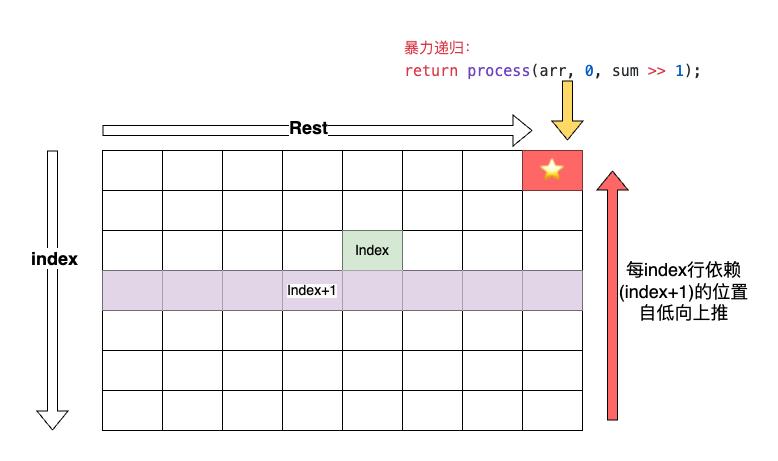
This is public/images/ds/dp/dp-split-sum-closed.drawio.png from ZhengKe996/Blog, a draw.io export, as it was before one commit. Source tidied: cells renumbered, new cells last; positions are measured from the earlier drawing's top-left corner, leaving out a move shared by most shapes. Source of this version:
```xml
<mxGraphModel>
  <root>
    <mxCell id="0" />
    <mxCell id="1" parent="0" />
    <mxCell id="2" style="shape=table;startSize=0;" parent="1" vertex="1">
      <mxGeometry x="50" y="120" width="480" height="280" as="geometry" />
    </mxCell>
    <mxCell id="3" style="shape=tableRow;horizontal=0;startSize=0;swimlaneHead=0;swimlaneBody=0;strokeColor=inherit;top=0;left=0;bottom=0;right=0;fillColor=none;" parent="2" vertex="1">
      <mxGeometry width="480" height="40" as="geometry" />
    </mxCell>
    <mxCell id="4" style="shape=partialRectangle;html=1;whiteSpace=wrap;strokeColor=inherit;overflow=hidden;fillColor=none;top=0;left=0;bottom=0;right=0;" parent="3" vertex="1">
      <mxGeometry width="60" height="40" as="geometry" />
    </mxCell>
    <mxCell id="5" style="shape=partialRectangle;html=1;whiteSpace=wrap;strokeColor=inherit;overflow=hidden;fillColor=none;top=0;left=0;bottom=0;right=0;" parent="3" vertex="1">
      <mxGeometry x="60" width="60" height="40" as="geometry" />
    </mxCell>
    <mxCell id="6" style="shape=partialRectangle;html=1;whiteSpace=wrap;strokeColor=inherit;overflow=hidden;fillColor=none;top=0;left=0;bottom=0;right=0;" parent="3" vertex="1">
      <mxGeometry x="120" width="60" height="40" as="geometry" />
    </mxCell>
    <mxCell id="7" style="shape=partialRectangle;html=1;whiteSpace=wrap;strokeColor=inherit;overflow=hidden;fillColor=none;top=0;left=0;bottom=0;right=0;" parent="3" vertex="1">
      <mxGeometry x="180" width="60" height="40" as="geometry" />
    </mxCell>
    <mxCell id="8" style="shape=partialRectangle;html=1;whiteSpace=wrap;strokeColor=inherit;overflow=hidden;fillColor=none;top=0;left=0;bottom=0;right=0;" parent="3" vertex="1">
      <mxGeometry x="240" width="60" height="40" as="geometry" />
    </mxCell>
    <mxCell id="9" style="shape=partialRectangle;html=1;whiteSpace=wrap;strokeColor=inherit;overflow=hidden;fillColor=none;top=0;left=0;bottom=0;right=0;" parent="3" vertex="1">
      <mxGeometry x="300" width="60" height="40" as="geometry" />
    </mxCell>
    <mxCell id="10" style="shape=partialRectangle;html=1;whiteSpace=wrap;strokeColor=inherit;overflow=hidden;fillColor=none;top=0;left=0;bottom=0;right=0;" parent="3" vertex="1">
      <mxGeometry x="360" width="60" height="40" as="geometry" />
    </mxCell>
    <mxCell id="11" value="&lt;font style=&quot;font-size: 24px;&quot;&gt;⭐️&lt;/font&gt;" style="shape=partialRectangle;html=1;whiteSpace=wrap;strokeColor=inherit;overflow=hidden;fillColor=#FF6666;top=0;left=0;bottom=0;right=0;" parent="3" vertex="1">
      <mxGeometry x="420" width="60" height="40" as="geometry" />
    </mxCell>
    <mxCell id="12" style="shape=tableRow;horizontal=0;startSize=0;swimlaneHead=0;swimlaneBody=0;strokeColor=inherit;top=0;left=0;bottom=0;right=0;fillColor=none;" parent="2" vertex="1">
      <mxGeometry y="40" width="480" height="40" as="geometry" />
    </mxCell>
    <mxCell id="13" style="shape=partialRectangle;html=1;whiteSpace=wrap;strokeColor=inherit;overflow=hidden;fillColor=none;top=0;left=0;bottom=0;right=0;" parent="12" vertex="1">
      <mxGeometry width="60" height="40" as="geometry" />
    </mxCell>
    <mxCell id="14" style="shape=partialRectangle;html=1;whiteSpace=wrap;strokeColor=inherit;overflow=hidden;fillColor=none;top=0;left=0;bottom=0;right=0;" parent="12" vertex="1">
      <mxGeometry x="60" width="60" height="40" as="geometry" />
    </mxCell>
    <mxCell id="15" style="shape=partialRectangle;html=1;whiteSpace=wrap;strokeColor=inherit;overflow=hidden;fillColor=none;top=0;left=0;bottom=0;right=0;" parent="12" vertex="1">
      <mxGeometry x="120" width="60" height="40" as="geometry" />
    </mxCell>
    <mxCell id="16" style="shape=partialRectangle;html=1;whiteSpace=wrap;strokeColor=inherit;overflow=hidden;fillColor=none;top=0;left=0;bottom=0;right=0;" parent="12" vertex="1">
      <mxGeometry x="180" width="60" height="40" as="geometry" />
    </mxCell>
    <mxCell id="17" style="shape=partialRectangle;html=1;whiteSpace=wrap;strokeColor=inherit;overflow=hidden;fillColor=none;top=0;left=0;bottom=0;right=0;" parent="12" vertex="1">
      <mxGeometry x="240" width="60" height="40" as="geometry" />
    </mxCell>
    <mxCell id="18" style="shape=partialRectangle;html=1;whiteSpace=wrap;strokeColor=inherit;overflow=hidden;fillColor=none;top=0;left=0;bottom=0;right=0;" parent="12" vertex="1">
      <mxGeometry x="300" width="60" height="40" as="geometry" />
    </mxCell>
    <mxCell id="19" style="shape=partialRectangle;html=1;whiteSpace=wrap;strokeColor=inherit;overflow=hidden;fillColor=none;top=0;left=0;bottom=0;right=0;" parent="12" vertex="1">
      <mxGeometry x="360" width="60" height="40" as="geometry" />
    </mxCell>
    <mxCell id="20" style="shape=partialRectangle;html=1;whiteSpace=wrap;strokeColor=inherit;overflow=hidden;fillColor=none;top=0;left=0;bottom=0;right=0;" parent="12" vertex="1">
      <mxGeometry x="420" width="60" height="40" as="geometry" />
    </mxCell>
    <mxCell id="21" style="shape=tableRow;horizontal=0;startSize=0;swimlaneHead=0;swimlaneBody=0;strokeColor=inherit;top=0;left=0;bottom=0;right=0;fillColor=none;" parent="2" vertex="1">
      <mxGeometry y="80" width="480" height="40" as="geometry" />
    </mxCell>
    <mxCell id="22" style="shape=partialRectangle;html=1;whiteSpace=wrap;strokeColor=inherit;overflow=hidden;fillColor=none;top=0;left=0;bottom=0;right=0;" parent="21" vertex="1">
      <mxGeometry width="60" height="40" as="geometry" />
    </mxCell>
    <mxCell id="23" style="shape=partialRectangle;html=1;whiteSpace=wrap;strokeColor=inherit;overflow=hidden;fillColor=none;top=0;left=0;bottom=0;right=0;" parent="21" vertex="1">
      <mxGeometry x="60" width="60" height="40" as="geometry" />
    </mxCell>
    <mxCell id="24" style="shape=partialRectangle;html=1;whiteSpace=wrap;strokeColor=inherit;overflow=hidden;fillColor=none;top=0;left=0;bottom=0;right=0;" parent="21" vertex="1">
      <mxGeometry x="120" width="60" height="40" as="geometry" />
    </mxCell>
    <mxCell id="25" style="shape=partialRectangle;html=1;whiteSpace=wrap;strokeColor=inherit;overflow=hidden;fillColor=none;top=0;left=0;bottom=0;right=0;" parent="21" vertex="1">
      <mxGeometry x="180" width="60" height="40" as="geometry" />
    </mxCell>
    <mxCell id="26" value="&lt;font style=&quot;font-size: 14px;&quot;&gt;Index&lt;/font&gt;" style="shape=partialRectangle;html=1;whiteSpace=wrap;strokeColor=inherit;overflow=hidden;fillColor=#D5E8D4;top=0;left=0;bottom=0;right=0;" parent="21" vertex="1">
      <mxGeometry x="240" width="60" height="40" as="geometry" />
    </mxCell>
    <mxCell id="27" style="shape=partialRectangle;html=1;whiteSpace=wrap;strokeColor=inherit;overflow=hidden;fillColor=none;top=0;left=0;bottom=0;right=0;" parent="21" vertex="1">
      <mxGeometry x="300" width="60" height="40" as="geometry" />
    </mxCell>
    <mxCell id="28" style="shape=partialRectangle;html=1;whiteSpace=wrap;strokeColor=inherit;overflow=hidden;fillColor=none;top=0;left=0;bottom=0;right=0;" parent="21" vertex="1">
      <mxGeometry x="360" width="60" height="40" as="geometry" />
    </mxCell>
    <mxCell id="29" style="shape=partialRectangle;html=1;whiteSpace=wrap;strokeColor=inherit;overflow=hidden;fillColor=none;top=0;left=0;bottom=0;right=0;" parent="21" vertex="1">
      <mxGeometry x="420" width="60" height="40" as="geometry" />
    </mxCell>
    <mxCell id="30" style="shape=tableRow;horizontal=0;startSize=0;swimlaneHead=0;swimlaneBody=0;strokeColor=inherit;top=0;left=0;bottom=0;right=0;fillColor=none;" parent="2" vertex="1">
      <mxGeometry y="120" width="480" height="40" as="geometry" />
    </mxCell>
    <mxCell id="31" style="shape=partialRectangle;html=1;whiteSpace=wrap;strokeColor=inherit;overflow=hidden;fillColor=#E1D5E7;top=0;left=0;bottom=0;right=0;" parent="30" vertex="1">
      <mxGeometry width="60" height="40" as="geometry" />
    </mxCell>
    <mxCell id="32" style="shape=partialRectangle;html=1;whiteSpace=wrap;strokeColor=inherit;overflow=hidden;fillColor=#E1D5E7;top=0;left=0;bottom=0;right=0;" parent="30" vertex="1">
      <mxGeometry x="60" width="60" height="40" as="geometry" />
    </mxCell>
    <mxCell id="33" style="shape=partialRectangle;html=1;whiteSpace=wrap;strokeColor=inherit;overflow=hidden;fillColor=#E1D5E7;top=0;left=0;bottom=0;right=0;" parent="30" vertex="1">
      <mxGeometry x="120" width="60" height="40" as="geometry" />
    </mxCell>
    <mxCell id="34" value="&lt;span style=&quot;color: rgb(0, 0, 0); font-family: Helvetica; font-style: normal; font-variant-ligatures: normal; font-variant-caps: normal; font-weight: 400; letter-spacing: normal; orphans: 2; text-align: center; text-indent: 0px; text-transform: none; widows: 2; word-spacing: 0px; -webkit-text-stroke-width: 0px; background-color: rgb(251, 251, 251); text-decoration-thickness: initial; text-decoration-style: initial; text-decoration-color: initial; float: none; display: inline !important;&quot;&gt;&lt;font style=&quot;font-size: 14px;&quot;&gt;Index+1&lt;/font&gt;&lt;/span&gt;" style="shape=partialRectangle;html=1;whiteSpace=wrap;strokeColor=inherit;overflow=hidden;fillColor=#E1D5E7;top=0;left=0;bottom=0;right=0;" parent="30" vertex="1">
      <mxGeometry x="180" width="60" height="40" as="geometry" />
    </mxCell>
    <mxCell id="35" style="shape=partialRectangle;html=1;whiteSpace=wrap;strokeColor=inherit;overflow=hidden;fillColor=#E1D5E7;top=0;left=0;bottom=0;right=0;" parent="30" vertex="1">
      <mxGeometry x="240" width="60" height="40" as="geometry" />
    </mxCell>
    <mxCell id="36" style="shape=partialRectangle;html=1;whiteSpace=wrap;strokeColor=inherit;overflow=hidden;fillColor=#E1D5E7;top=0;left=0;bottom=0;right=0;" parent="30" vertex="1">
      <mxGeometry x="300" width="60" height="40" as="geometry" />
    </mxCell>
    <mxCell id="37" style="shape=partialRectangle;html=1;whiteSpace=wrap;strokeColor=inherit;overflow=hidden;fillColor=#E1D5E7;top=0;left=0;bottom=0;right=0;" parent="30" vertex="1">
      <mxGeometry x="360" width="60" height="40" as="geometry" />
    </mxCell>
    <mxCell id="38" style="shape=partialRectangle;html=1;whiteSpace=wrap;strokeColor=inherit;overflow=hidden;fillColor=#E1D5E7;top=0;left=0;bottom=0;right=0;" parent="30" vertex="1">
      <mxGeometry x="420" width="60" height="40" as="geometry" />
    </mxCell>
    <mxCell id="39" style="shape=tableRow;horizontal=0;startSize=0;swimlaneHead=0;swimlaneBody=0;strokeColor=inherit;top=0;left=0;bottom=0;right=0;fillColor=none;" parent="2" vertex="1">
      <mxGeometry y="160" width="480" height="40" as="geometry" />
    </mxCell>
    <mxCell id="40" style="shape=partialRectangle;html=1;whiteSpace=wrap;strokeColor=inherit;overflow=hidden;fillColor=none;top=0;left=0;bottom=0;right=0;" parent="39" vertex="1">
      <mxGeometry width="60" height="40" as="geometry" />
    </mxCell>
    <mxCell id="41" style="shape=partialRectangle;html=1;whiteSpace=wrap;strokeColor=inherit;overflow=hidden;fillColor=none;top=0;left=0;bottom=0;right=0;" parent="39" vertex="1">
      <mxGeometry x="60" width="60" height="40" as="geometry" />
    </mxCell>
    <mxCell id="42" style="shape=partialRectangle;html=1;whiteSpace=wrap;strokeColor=inherit;overflow=hidden;fillColor=none;top=0;left=0;bottom=0;right=0;" parent="39" vertex="1">
      <mxGeometry x="120" width="60" height="40" as="geometry" />
    </mxCell>
    <mxCell id="43" style="shape=partialRectangle;html=1;whiteSpace=wrap;strokeColor=inherit;overflow=hidden;fillColor=none;top=0;left=0;bottom=0;right=0;" parent="39" vertex="1">
      <mxGeometry x="180" width="60" height="40" as="geometry" />
    </mxCell>
    <mxCell id="44" style="shape=partialRectangle;html=1;whiteSpace=wrap;strokeColor=inherit;overflow=hidden;fillColor=none;top=0;left=0;bottom=0;right=0;" parent="39" vertex="1">
      <mxGeometry x="240" width="60" height="40" as="geometry" />
    </mxCell>
    <mxCell id="45" style="shape=partialRectangle;html=1;whiteSpace=wrap;strokeColor=inherit;overflow=hidden;fillColor=none;top=0;left=0;bottom=0;right=0;" parent="39" vertex="1">
      <mxGeometry x="300" width="60" height="40" as="geometry" />
    </mxCell>
    <mxCell id="46" style="shape=partialRectangle;html=1;whiteSpace=wrap;strokeColor=inherit;overflow=hidden;fillColor=none;top=0;left=0;bottom=0;right=0;" parent="39" vertex="1">
      <mxGeometry x="360" width="60" height="40" as="geometry" />
    </mxCell>
    <mxCell id="47" style="shape=partialRectangle;html=1;whiteSpace=wrap;strokeColor=inherit;overflow=hidden;fillColor=none;top=0;left=0;bottom=0;right=0;" parent="39" vertex="1">
      <mxGeometry x="420" width="60" height="40" as="geometry" />
    </mxCell>
    <mxCell id="48" style="shape=tableRow;horizontal=0;startSize=0;swimlaneHead=0;swimlaneBody=0;strokeColor=inherit;top=0;left=0;bottom=0;right=0;fillColor=none;" parent="2" vertex="1">
      <mxGeometry y="200" width="480" height="40" as="geometry" />
    </mxCell>
    <mxCell id="49" style="shape=partialRectangle;html=1;whiteSpace=wrap;strokeColor=inherit;overflow=hidden;fillColor=none;top=0;left=0;bottom=0;right=0;" parent="48" vertex="1">
      <mxGeometry width="60" height="40" as="geometry" />
    </mxCell>
    <mxCell id="50" style="shape=partialRectangle;html=1;whiteSpace=wrap;strokeColor=inherit;overflow=hidden;fillColor=none;top=0;left=0;bottom=0;right=0;" parent="48" vertex="1">
      <mxGeometry x="60" width="60" height="40" as="geometry" />
    </mxCell>
    <mxCell id="51" style="shape=partialRectangle;html=1;whiteSpace=wrap;strokeColor=inherit;overflow=hidden;fillColor=none;top=0;left=0;bottom=0;right=0;" parent="48" vertex="1">
      <mxGeometry x="120" width="60" height="40" as="geometry" />
    </mxCell>
    <mxCell id="52" style="shape=partialRectangle;html=1;whiteSpace=wrap;strokeColor=inherit;overflow=hidden;fillColor=none;top=0;left=0;bottom=0;right=0;" parent="48" vertex="1">
      <mxGeometry x="180" width="60" height="40" as="geometry" />
    </mxCell>
    <mxCell id="53" style="shape=partialRectangle;html=1;whiteSpace=wrap;strokeColor=inherit;overflow=hidden;fillColor=none;top=0;left=0;bottom=0;right=0;" parent="48" vertex="1">
      <mxGeometry x="240" width="60" height="40" as="geometry" />
    </mxCell>
    <mxCell id="54" style="shape=partialRectangle;html=1;whiteSpace=wrap;strokeColor=inherit;overflow=hidden;fillColor=none;top=0;left=0;bottom=0;right=0;" parent="48" vertex="1">
      <mxGeometry x="300" width="60" height="40" as="geometry" />
    </mxCell>
    <mxCell id="55" style="shape=partialRectangle;html=1;whiteSpace=wrap;strokeColor=inherit;overflow=hidden;fillColor=none;top=0;left=0;bottom=0;right=0;" parent="48" vertex="1">
      <mxGeometry x="360" width="60" height="40" as="geometry" />
    </mxCell>
    <mxCell id="56" style="shape=partialRectangle;html=1;whiteSpace=wrap;strokeColor=inherit;overflow=hidden;fillColor=none;top=0;left=0;bottom=0;right=0;" parent="48" vertex="1">
      <mxGeometry x="420" width="60" height="40" as="geometry" />
    </mxCell>
    <mxCell id="57" style="shape=tableRow;horizontal=0;startSize=0;swimlaneHead=0;swimlaneBody=0;strokeColor=inherit;top=0;left=0;bottom=0;right=0;fillColor=none;" parent="2" vertex="1">
      <mxGeometry y="240" width="480" height="40" as="geometry" />
    </mxCell>
    <mxCell id="58" style="shape=partialRectangle;html=1;whiteSpace=wrap;strokeColor=inherit;overflow=hidden;fillColor=none;top=0;left=0;bottom=0;right=0;" parent="57" vertex="1">
      <mxGeometry width="60" height="40" as="geometry" />
    </mxCell>
    <mxCell id="59" style="shape=partialRectangle;html=1;whiteSpace=wrap;strokeColor=inherit;overflow=hidden;fillColor=none;top=0;left=0;bottom=0;right=0;" parent="57" vertex="1">
      <mxGeometry x="60" width="60" height="40" as="geometry" />
    </mxCell>
    <mxCell id="60" style="shape=partialRectangle;html=1;whiteSpace=wrap;strokeColor=inherit;overflow=hidden;fillColor=none;top=0;left=0;bottom=0;right=0;" parent="57" vertex="1">
      <mxGeometry x="120" width="60" height="40" as="geometry" />
    </mxCell>
    <mxCell id="61" style="shape=partialRectangle;html=1;whiteSpace=wrap;strokeColor=inherit;overflow=hidden;fillColor=none;top=0;left=0;bottom=0;right=0;" parent="57" vertex="1">
      <mxGeometry x="180" width="60" height="40" as="geometry" />
    </mxCell>
    <mxCell id="62" style="shape=partialRectangle;html=1;whiteSpace=wrap;strokeColor=inherit;overflow=hidden;fillColor=none;top=0;left=0;bottom=0;right=0;" parent="57" vertex="1">
      <mxGeometry x="240" width="60" height="40" as="geometry" />
    </mxCell>
    <mxCell id="63" style="shape=partialRectangle;html=1;whiteSpace=wrap;strokeColor=inherit;overflow=hidden;fillColor=none;top=0;left=0;bottom=0;right=0;" parent="57" vertex="1">
      <mxGeometry x="300" width="60" height="40" as="geometry" />
    </mxCell>
    <mxCell id="64" style="shape=partialRectangle;html=1;whiteSpace=wrap;strokeColor=inherit;overflow=hidden;fillColor=none;top=0;left=0;bottom=0;right=0;" parent="57" vertex="1">
      <mxGeometry x="360" width="60" height="40" as="geometry" />
    </mxCell>
    <mxCell id="65" style="shape=partialRectangle;html=1;whiteSpace=wrap;strokeColor=inherit;overflow=hidden;fillColor=none;top=0;left=0;bottom=0;right=0;" parent="57" vertex="1">
      <mxGeometry x="420" width="60" height="40" as="geometry" />
    </mxCell>
    <mxCell id="66" style="shape=flexArrow;endArrow=classic;html=1;rounded=0;" parent="1" edge="1">
      <mxGeometry relative="1" as="geometry">
        <mxPoint y="120" as="sourcePoint" />
        <mxPoint y="400" as="targetPoint" />
      </mxGeometry>
    </mxCell>
    <mxCell id="67" value="&lt;font style=&quot;font-size: 18px;&quot;&gt;&lt;b&gt;index&lt;/b&gt;&lt;/font&gt;" style="edgeLabel;html=1;align=center;verticalAlign=middle;" parent="66" vertex="1">
      <mxGeometry x="-0.24" y="1" relative="1" as="geometry" />
    </mxCell>
    <mxCell id="68" style="shape=flexArrow;endArrow=classic;html=1;rounded=0;" parent="1" edge="1">
      <mxGeometry relative="1" as="geometry">
        <mxPoint x="50" y="100" as="sourcePoint" />
        <mxPoint x="480" y="100" as="targetPoint" />
      </mxGeometry>
    </mxCell>
    <mxCell id="69" value="&lt;font style=&quot;font-size: 18px;&quot;&gt;&lt;b&gt;Rest&lt;/b&gt;&lt;/font&gt;" style="edgeLabel;html=1;align=center;verticalAlign=middle;" parent="68" vertex="1">
      <mxGeometry x="-0.05" y="4" relative="1" as="geometry" />
    </mxCell>
    <mxCell id="70" value="&lt;div style=&quot;color: rgb(36, 41, 46); background-color: rgb(255, 255, 255); font-family: Menlo, Monaco, &amp;quot;Courier New&amp;quot;, monospace; font-weight: normal; font-size: 15px; line-height: 23px;&quot;&gt;&lt;div&gt;&lt;span style=&quot;color: #24292e;&quot;&gt;&lt;/span&gt;&lt;span style=&quot;color: #d73a49;&quot;&gt;暴力递归：&lt;/span&gt;&lt;/div&gt;&lt;div style=&quot;text-align: center;&quot;&gt;&lt;span style=&quot;color: #d73a49;&quot;&gt;return&lt;/span&gt;&lt;span style=&quot;color: #24292e;&quot;&gt; &lt;/span&gt;&lt;span style=&quot;color: #6f42c1;&quot;&gt;process&lt;/span&gt;&lt;span style=&quot;color: #24292e;&quot;&gt;(arr, &lt;/span&gt;&lt;span style=&quot;color: #005cc5;&quot;&gt;0&lt;/span&gt;&lt;span style=&quot;color: #24292e;&quot;&gt;, sum &lt;/span&gt;&lt;span style=&quot;color: #d73a49;&quot;&gt;&amp;gt;&amp;gt;&lt;/span&gt;&lt;span style=&quot;color: #24292e;&quot;&gt; &lt;/span&gt;&lt;span style=&quot;color: #005cc5;&quot;&gt;1&lt;/span&gt;&lt;span style=&quot;color: #24292e;&quot;&gt;);&lt;/span&gt;&lt;/div&gt;&lt;/div&gt;" style="text;whiteSpace=wrap;html=1;" parent="1" vertex="1">
      <mxGeometry x="350" width="320" height="50" as="geometry" />
    </mxCell>
    <mxCell id="71" style="shape=flexArrow;endArrow=classic;html=1;rounded=0;fillColor=#FF6666;" parent="1" edge="1">
      <mxGeometry relative="1" as="geometry">
        <mxPoint x="560" y="390" as="sourcePoint" />
        <mxPoint x="560" y="140" as="targetPoint" />
      </mxGeometry>
    </mxCell>
    <mxCell id="72" value="&lt;font style=&quot;font-size: 18px;&quot;&gt;每index行依赖&lt;br&gt;(index+1)的位置&lt;br&gt;自低向上推&lt;br&gt;&lt;/font&gt;" style="edgeLabel;html=1;align=center;verticalAlign=middle;" parent="71" vertex="1">
      <mxGeometry x="0.15" y="-5" relative="1" as="geometry">
        <mxPoint x="65" y="14" as="offset" />
      </mxGeometry>
    </mxCell>
    <mxCell id="73" style="shape=flexArrow;endArrow=classic;html=1;rounded=0;fillColor=#FFD966;" parent="1" edge="1">
      <mxGeometry relative="1" as="geometry">
        <mxPoint x="515" y="50" as="sourcePoint" />
        <mxPoint x="515" y="110" as="targetPoint" />
      </mxGeometry>
    </mxCell>
  </root>
</mxGraphModel>
```
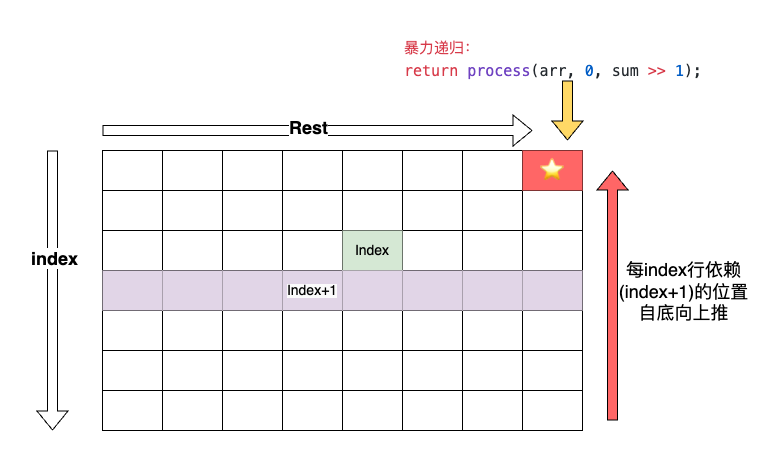
The same file after the commit.

The edit, as a diff of the source:
```diff
@@ -221,7 +221,7 @@
         <mxPoint x="560" y="140" as="targetPoint" />
       </mxGeometry>
     </mxCell>
-    <mxCell id="72" value="&lt;font style=&quot;font-size: 18px;&quot;&gt;每index行依赖&lt;br&gt;(index+1)的位置&lt;br&gt;自低向上推&lt;br&gt;&lt;/font&gt;" style="edgeLabel;html=1;align=center;verticalAlign=middle;" parent="71" vertex="1">
+    <mxCell id="72" value="&lt;font style=&quot;font-size: 18px;&quot;&gt;每index行依赖&lt;br&gt;(index+1)的位置&lt;br&gt;自底向上推&lt;br&gt;&lt;/font&gt;" style="edgeLabel;html=1;align=center;verticalAlign=middle;" parent="71" vertex="1">
       <mxGeometry x="0.15" y="-5" relative="1" as="geometry">
         <mxPoint x="65" y="14" as="offset" />
       </mxGeometry>
```
